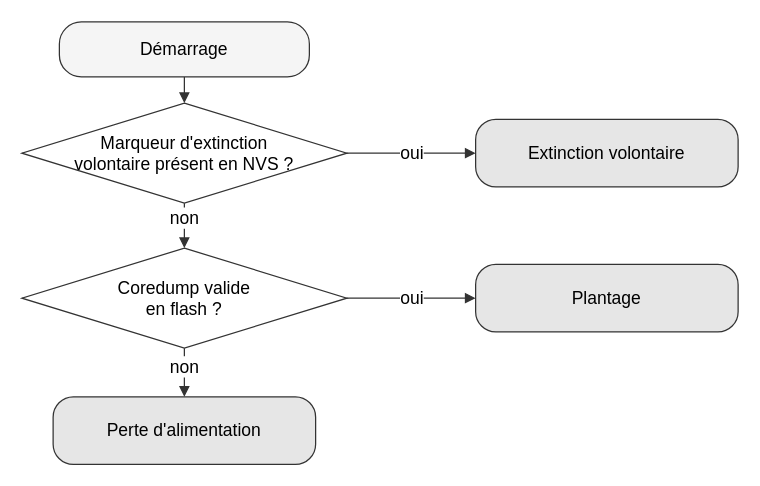
The draw.io diagram assets/figures/verdict_extinction.drawio in dossantosyann/TB2026-YDS-Report, before the edit. Source tidied: cells renumbered, new cells numbered last; positions are measured from the earlier drawing's top-left corner, leaving out a move shared by most shapes. Both pictures are drawn from the tidied source at 125%, with x=0, y=0 at pixel (21, 21).
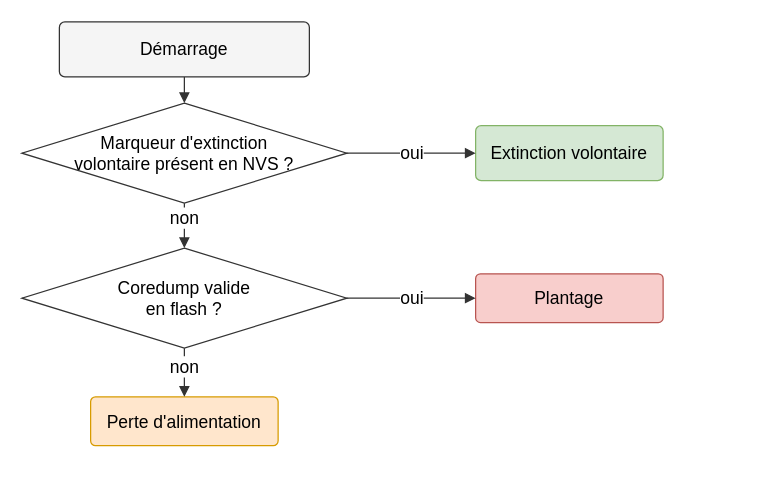
The same diagram, later.

Commit message:
Mettre à jour verdict_extinction.drawio

Diff of the diagram source:
```diff
@@
 <mxGraphModel>
   <root>
     <mxCell id="0" />
     <mxCell id="1" parent="0" />
-    <mxCell id="2" value="Démarrage" style="rounded=1;arcSize=40;whiteSpace=wrap;html=1;fontSize=14;fillColor=#f5f5f5;strokeColor=#333333;" parent="1" vertex="1">
+    <mxCell id="2" value="Démarrage" style="rounded=1;arcSize=10;whiteSpace=wrap;html=1;fontSize=14;fillColor=#f5f5f5;strokeColor=#333333;" parent="1" vertex="1">
       <mxGeometry x="30" width="200" height="44" as="geometry" />
     </mxCell>
     <mxCell id="3" value="Marqueur d'extinction&#10;volontaire présent en NVS ?" style="rhombus;whiteSpace=wrap;html=1;fontSize=14;strokeColor=#333333;" parent="1" vertex="1">
       <mxGeometry y="65" width="260" height="80" as="geometry" />
     </mxCell>
     <mxCell id="4" value="Coredump valide&#10;en flash ?" style="rhombus;whiteSpace=wrap;html=1;fontSize=14;strokeColor=#333333;" parent="1" vertex="1">
       <mxGeometry y="181" width="260" height="80" as="geometry" />
     </mxCell>
-    <mxCell id="5" value="Extinction volontaire" style="rounded=1;arcSize=30;whiteSpace=wrap;html=1;fontSize=14;fillColor=#e6e6e6;strokeColor=#333333;" parent="1" vertex="1">
-      <mxGeometry x="363" y="78" width="210" height="54" as="geometry" />
+    <mxCell id="5" value="Extinction volontaire" style="rounded=1;arcSize=10;whiteSpace=wrap;html=1;fontSize=14;fillColor=#d5e8d4;strokeColor=#82b366;align=center;verticalAlign=middle;fontFamily=Helvetica;" parent="1" vertex="1">
+      <mxGeometry x="363" y="83" width="150" height="44" as="geometry" />
     </mxCell>
-    <mxCell id="6" value="Plantage" style="rounded=1;arcSize=30;whiteSpace=wrap;html=1;fontSize=14;fillColor=#e6e6e6;strokeColor=#333333;" parent="1" vertex="1">
-      <mxGeometry x="363" y="194" width="210" height="54" as="geometry" />
+    <mxCell id="6" value="Plantage" style="rounded=1;arcSize=10;whiteSpace=wrap;html=1;fontSize=14;fillColor=#f8cecc;strokeColor=#b85450;align=center;verticalAlign=middle;fontFamily=Helvetica;" parent="1" vertex="1">
+      <mxGeometry x="363" y="201.5" width="150" height="39" as="geometry" />
     </mxCell>
-    <mxCell id="7" value="Perte d'alimentation" style="rounded=1;arcSize=30;whiteSpace=wrap;html=1;fontSize=14;fillColor=#e6e6e6;strokeColor=#333333;" parent="1" vertex="1">
-      <mxGeometry x="25" y="300" width="210" height="54" as="geometry" />
+    <mxCell id="7" value="Perte d'alimentation" style="rounded=1;arcSize=10;whiteSpace=wrap;html=1;fontSize=14;fillColor=#ffe6cc;strokeColor=#d79b00;align=center;verticalAlign=middle;fontFamily=Helvetica;" parent="1" vertex="1">
+      <mxGeometry x="55" y="300" width="150" height="39" as="geometry" />
     </mxCell>
     <mxCell id="8" style="edgeStyle=orthogonalEdgeStyle;html=1;rounded=0;endArrow=block;endFill=1;strokeColor=#333333;fontSize=14;" parent="1" edge="1" source="2" target="3">
       <mxGeometry relative="1" as="geometry" />
     </mxCell>
     <mxCell id="9" value="oui" style="edgeStyle=orthogonalEdgeStyle;html=1;rounded=0;endArrow=block;endFill=1;strokeColor=#333333;fontSize=14;exitX=1;exitY=0.5;exitDx=0;exitDy=0;entryX=0;entryY=0.5;entryDx=0;entryDy=0;" parent="1" edge="1" source="3" target="5">
       <mxGeometry relative="1" as="geometry" />
     </mxCell>
     <mxCell id="10" value="non" style="edgeStyle=orthogonalEdgeStyle;html=1;rounded=0;endArrow=block;endFill=1;strokeColor=#333333;fontSize=14;exitX=0.5;exitY=1;exitDx=0;exitDy=0;entryX=0.5;entryY=0;entryDx=0;entryDy=0;" parent="1" edge="1" source="3" target="4">
       <mxGeometry x="-0.33" relative="1" as="geometry" />
     </mxCell>
     <mxCell id="11" value="oui" style="edgeStyle=orthogonalEdgeStyle;html=1;rounded=0;endArrow=block;endFill=1;strokeColor=#333333;fontSize=14;exitX=1;exitY=0.5;exitDx=0;exitDy=0;entryX=0;entryY=0.5;entryDx=0;entryDy=0;" parent="1" edge="1" source="4" target="6">
       <mxGeometry relative="1" as="geometry" />
     </mxCell>
     <mxCell id="12" value="non" style="edgeStyle=orthogonalEdgeStyle;html=1;rounded=0;endArrow=block;endFill=1;strokeColor=#333333;fontSize=14;exitX=0.5;exitY=1;exitDx=0;exitDy=0;entryX=0.5;entryY=0;entryDx=0;entryDy=0;" parent="1" edge="1" source="4" target="7">
       <mxGeometry x="-0.25" relative="1" as="geometry" />
     </mxCell>
   </root>
 </mxGraphModel>
```
